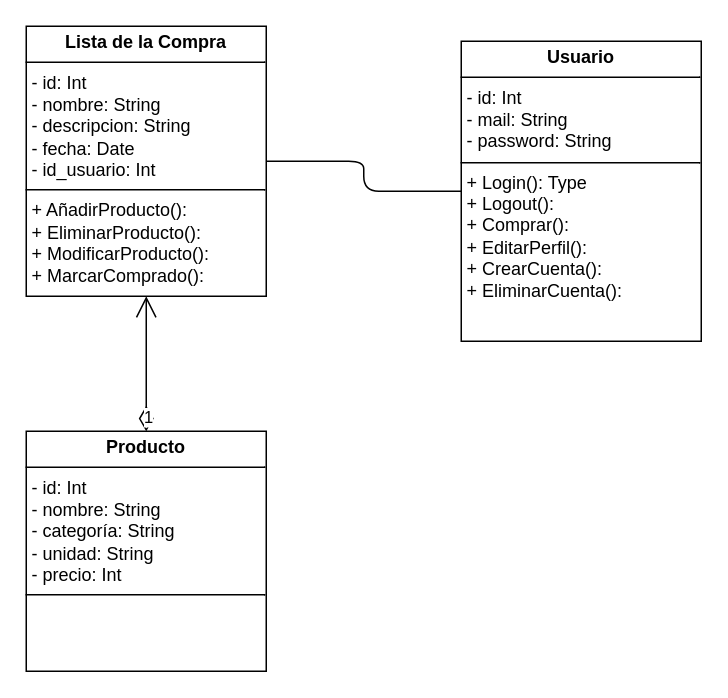
danisimmon/Kukit keeps this draw.io diagram as docs/diagrama uml.drawio. Above is the earlier version. Source tidied: cells renumbered, new cells numbered last; positions are measured from the earlier drawing's top-left corner, leaving out a move shared by most shapes. Both pictures are drawn from the tidied source at 150%, with x=0, y=0 at pixel (26, 26).
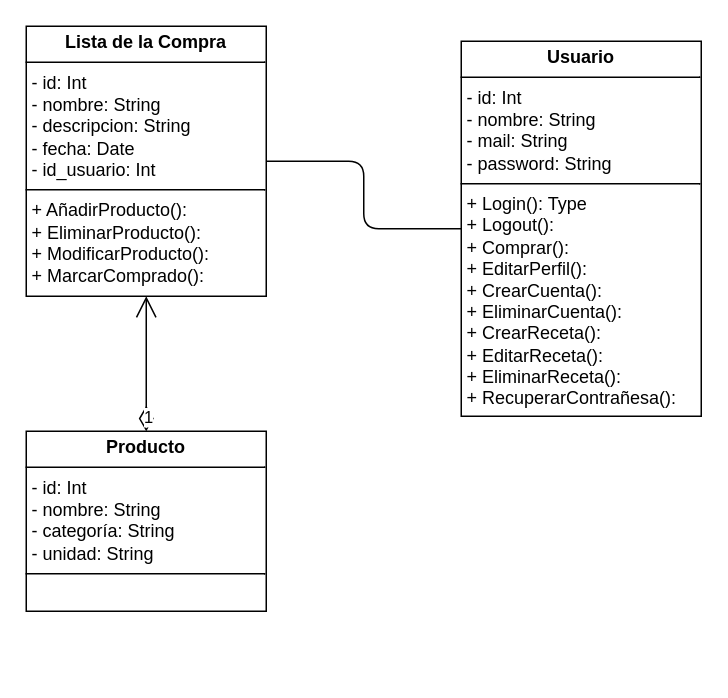
The same diagram, later.

Change to the diagram source:
```diff
@@
 <mxGraphModel>
   <root>
     <mxCell id="0" />
     <mxCell id="1" parent="0" />
-    <mxCell id="2" value="&lt;p style=&quot;margin:0px;margin-top:4px;text-align:center;&quot;&gt;&lt;b&gt;Producto&lt;/b&gt;&lt;/p&gt;&lt;hr size=&quot;1&quot; style=&quot;border-style:solid;&quot;&gt;&lt;p style=&quot;margin:0px;margin-left:4px;&quot;&gt;- id: Int&lt;/p&gt;&lt;p style=&quot;margin:0px;margin-left:4px;&quot;&gt;- nombre: String&lt;/p&gt;&lt;p style=&quot;margin:0px;margin-left:4px;&quot;&gt;- categoría: String&lt;/p&gt;&lt;p style=&quot;margin:0px;margin-left:4px;&quot;&gt;- unidad: String&lt;/p&gt;&lt;p style=&quot;margin:0px;margin-left:4px;&quot;&gt;- precio: Int&lt;/p&gt;&lt;hr size=&quot;1&quot; style=&quot;border-style:solid;&quot;&gt;&lt;p style=&quot;margin:0px;margin-left:4px;&quot;&gt;&lt;br&gt;&lt;/p&gt;" style="verticalAlign=top;align=left;overflow=fill;html=1;whiteSpace=wrap;glass=0;" parent="1" vertex="1">
-      <mxGeometry y="270" width="160" height="160" as="geometry" />
+    <mxCell id="2" value="&lt;p style=&quot;margin:0px;margin-top:4px;text-align:center;&quot;&gt;&lt;b&gt;Producto&lt;/b&gt;&lt;/p&gt;&lt;hr size=&quot;1&quot; style=&quot;border-style:solid;&quot;&gt;&lt;p style=&quot;margin:0px;margin-left:4px;&quot;&gt;- id: Int&lt;/p&gt;&lt;p style=&quot;margin:0px;margin-left:4px;&quot;&gt;- nombre: String&lt;/p&gt;&lt;p style=&quot;margin:0px;margin-left:4px;&quot;&gt;- categoría: String&lt;/p&gt;&lt;p style=&quot;margin:0px;margin-left:4px;&quot;&gt;- unidad: String&lt;/p&gt;&lt;hr size=&quot;1&quot; style=&quot;border-style:solid;&quot;&gt;&lt;p style=&quot;margin:0px;margin-left:4px;&quot;&gt;&lt;br&gt;&lt;/p&gt;" style="verticalAlign=top;align=left;overflow=fill;html=1;whiteSpace=wrap;glass=0;" parent="1" vertex="1">
+      <mxGeometry y="270" width="160" height="120" as="geometry" />
     </mxCell>
-    <mxCell id="3" value="&lt;p style=&quot;margin:0px;margin-top:4px;text-align:center;&quot;&gt;&lt;b&gt;Usuario&lt;/b&gt;&lt;/p&gt;&lt;hr size=&quot;1&quot; style=&quot;border-style:solid;&quot;&gt;&lt;p style=&quot;margin:0px;margin-left:4px;&quot;&gt;- id: Int&lt;/p&gt;&lt;p style=&quot;margin:0px;margin-left:4px;&quot;&gt;- mail: String&lt;/p&gt;&lt;p style=&quot;margin:0px;margin-left:4px;&quot;&gt;- password: String&lt;/p&gt;&lt;hr size=&quot;1&quot; style=&quot;border-style:solid;&quot;&gt;&lt;p style=&quot;margin:0px;margin-left:4px;&quot;&gt;+ Login(): Type&lt;/p&gt;&lt;p style=&quot;margin:0px;margin-left:4px;&quot;&gt;+ Logout():&amp;nbsp;&lt;/p&gt;&lt;p style=&quot;margin:0px;margin-left:4px;&quot;&gt;+ Comprar():&amp;nbsp;&lt;/p&gt;&lt;p style=&quot;margin:0px;margin-left:4px;&quot;&gt;+ EditarPerfil():&lt;/p&gt;&lt;p style=&quot;margin:0px;margin-left:4px;&quot;&gt;+ CrearCuenta():&lt;br&gt;+ EliminarCuenta():&lt;/p&gt;" style="verticalAlign=top;align=left;overflow=fill;html=1;whiteSpace=wrap;glass=0;" parent="1" vertex="1">
-      <mxGeometry x="290" y="10" width="160" height="200" as="geometry" />
+    <mxCell id="3" value="&lt;p style=&quot;margin:0px;margin-top:4px;text-align:center;&quot;&gt;&lt;b&gt;Usuario&lt;/b&gt;&lt;/p&gt;&lt;hr size=&quot;1&quot; style=&quot;border-style:solid;&quot;&gt;&lt;p style=&quot;margin:0px;margin-left:4px;&quot;&gt;- id: Int&lt;/p&gt;&lt;p style=&quot;margin:0px;margin-left:4px;&quot;&gt;- nombre: String&lt;/p&gt;&lt;p style=&quot;margin:0px;margin-left:4px;&quot;&gt;- mail: String&lt;/p&gt;&lt;p style=&quot;margin:0px;margin-left:4px;&quot;&gt;- password: String&lt;/p&gt;&lt;hr size=&quot;1&quot; style=&quot;border-style:solid;&quot;&gt;&lt;p style=&quot;margin:0px;margin-left:4px;&quot;&gt;+ Login(): Type&lt;/p&gt;&lt;p style=&quot;margin:0px;margin-left:4px;&quot;&gt;+ Logout():&amp;nbsp;&lt;/p&gt;&lt;p style=&quot;margin:0px;margin-left:4px;&quot;&gt;+ Comprar():&amp;nbsp;&lt;/p&gt;&lt;p style=&quot;margin:0px;margin-left:4px;&quot;&gt;+ EditarPerfil():&lt;/p&gt;&lt;p style=&quot;margin:0px;margin-left:4px;&quot;&gt;+ CrearCuenta():&lt;br&gt;+ EliminarCuenta():&lt;/p&gt;&lt;p style=&quot;margin:0px;margin-left:4px;&quot;&gt;+ CrearReceta():&lt;/p&gt;&lt;p style=&quot;margin:0px;margin-left:4px;&quot;&gt;+ EditarReceta():&lt;/p&gt;&lt;p style=&quot;margin:0px;margin-left:4px;&quot;&gt;+ EliminarReceta():&lt;/p&gt;&lt;p style=&quot;margin:0px;margin-left:4px;&quot;&gt;+ RecuperarContrañesa():&lt;/p&gt;" style="verticalAlign=top;align=left;overflow=fill;html=1;whiteSpace=wrap;glass=0;" parent="1" vertex="1">
+      <mxGeometry x="290" y="10" width="160" height="250" as="geometry" />
     </mxCell>
     <mxCell id="4" value="&lt;p style=&quot;margin:0px;margin-top:4px;text-align:center;&quot;&gt;&lt;b&gt;Lista de la Compra&lt;/b&gt;&lt;/p&gt;&lt;hr size=&quot;1&quot; style=&quot;border-style:solid;&quot;&gt;&lt;p style=&quot;margin:0px;margin-left:4px;&quot;&gt;- id: Int&lt;/p&gt;&lt;p style=&quot;margin:0px;margin-left:4px;&quot;&gt;- nombre: String&lt;/p&gt;&lt;p style=&quot;margin:0px;margin-left:4px;&quot;&gt;- descripcion: String&lt;/p&gt;&lt;p style=&quot;margin:0px;margin-left:4px;&quot;&gt;- fecha: Date&lt;/p&gt;&lt;p style=&quot;margin:0px;margin-left:4px;&quot;&gt;- id_usuario: Int&lt;/p&gt;&lt;hr size=&quot;1&quot; style=&quot;border-style:solid;&quot;&gt;&lt;p style=&quot;margin:0px;margin-left:4px;&quot;&gt;+ AñadirProducto():&amp;nbsp;&lt;/p&gt;&lt;p style=&quot;margin:0px;margin-left:4px;&quot;&gt;+ EliminarProducto():&amp;nbsp;&lt;/p&gt;&lt;p style=&quot;margin:0px;margin-left:4px;&quot;&gt;+ ModificarProducto():&lt;/p&gt;&lt;p style=&quot;margin:0px;margin-left:4px;&quot;&gt;+ MarcarComprado():&lt;br&gt;&lt;br&gt;&lt;/p&gt;" style="verticalAlign=top;align=left;overflow=fill;html=1;whiteSpace=wrap;glass=0;" parent="1" vertex="1">
       <mxGeometry width="160" height="180" as="geometry" />
     </mxCell>
     <mxCell id="5" style="endArrow=none;html=1;edgeStyle=orthogonalEdgeStyle;" parent="1" edge="1" source="3" target="4">
       <mxGeometry relative="1" as="geometry" />
     </mxCell>
     <mxCell id="6" value="1" style="endArrow=open;html=1;endSize=12;startArrow=diamondThin;startSize=14;startFill=0;edgeStyle=orthogonalEdgeStyle;align=left;verticalAlign=bottom;" parent="1" edge="1" source="2" target="4">
       <mxGeometry x="-1" y="3" relative="1" as="geometry" />
     </mxCell>
   </root>
 </mxGraphModel>
```
